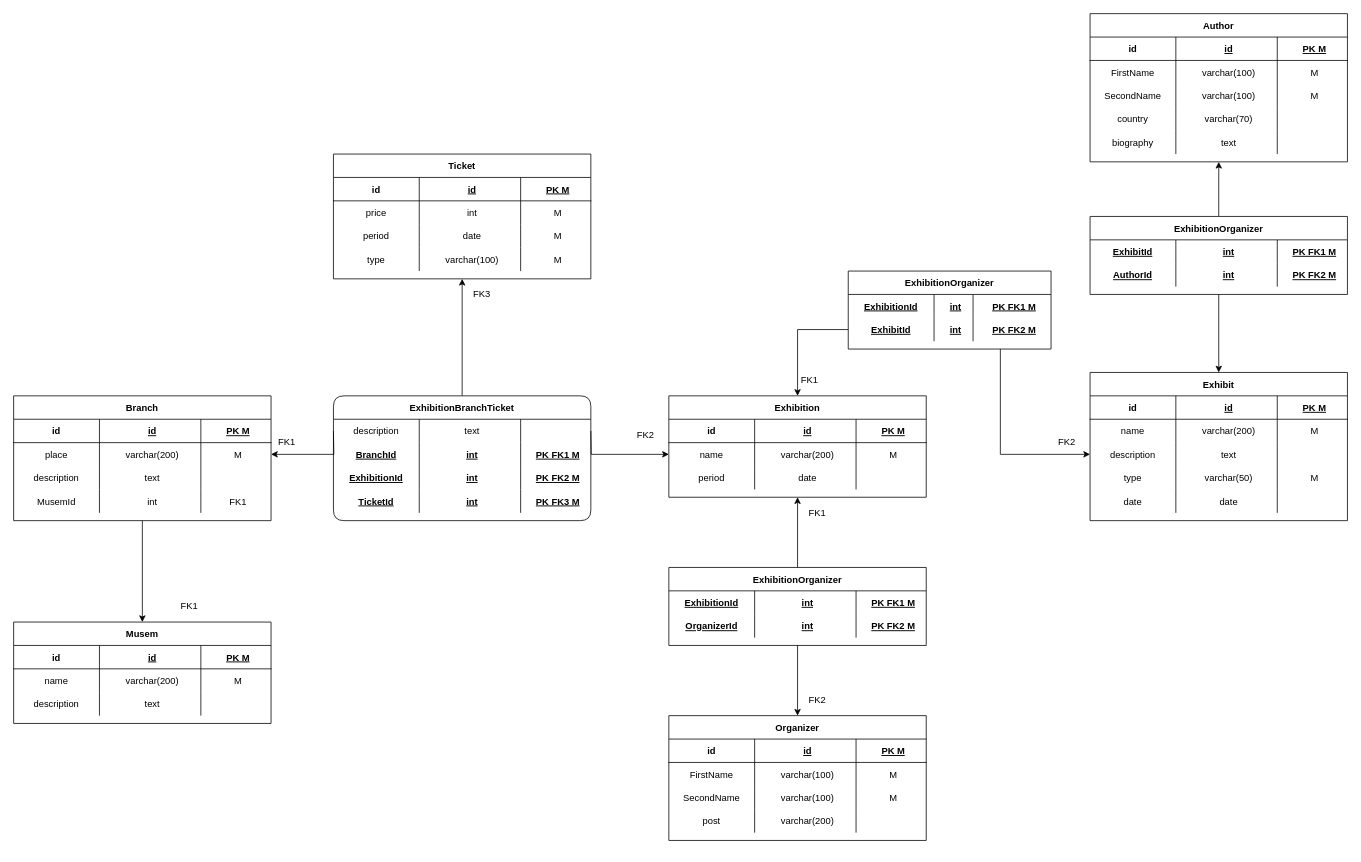
The draw.io diagram Musem PDM.drawio in sergalb/db-musem-project, before the edit. Source tidied: cells renumbered, new cells numbered last; positions are measured from the earlier drawing's top-left corner, leaving out a move shared by most shapes. Both pictures are drawn from the tidied source at 78%, with x=0, y=0 at pixel (13, 13).
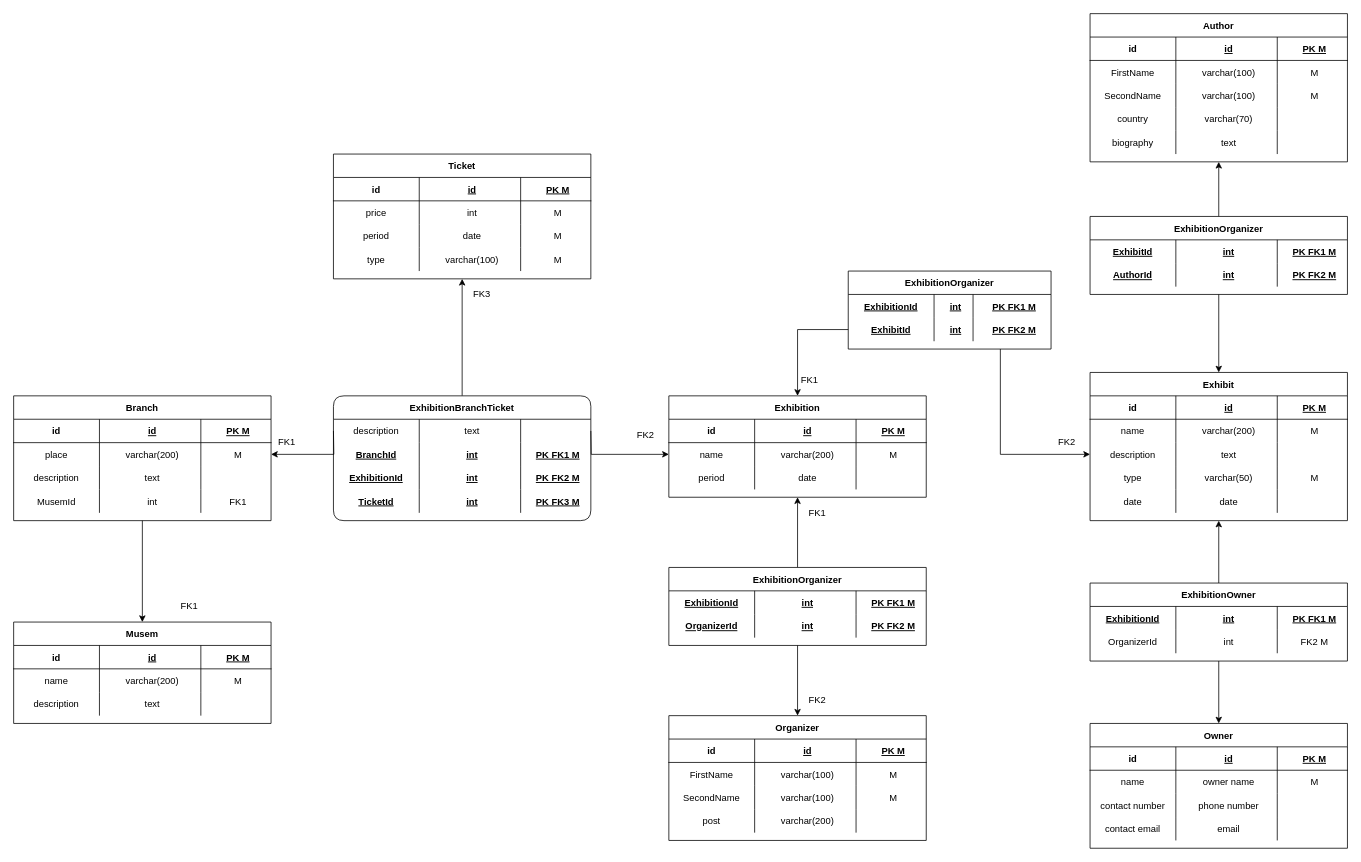
The same page after the edit.

Unchanged cells that the change refers to:
```xml
<mxCell id="34" value="Exhibit" style="shape=table;startSize=30;childLayout=tableLayout;rowLines=0;fontStyle=1;align=center;" parent="1" vertex="1">
  <mxGeometry x="1380" y="460" width="330" height="190" as="geometry" />
</mxCell>
```

Change to the diagram source:
```diff
@@
+    <mxCell id="183" style="edgeStyle=orthogonalEdgeStyle;rounded=0;jettySize=auto;html=1;exitX=0.5;exitY=1;exitDx=0;exitDy=0;startArrow=classic;startFill=1;endArrow=none;endFill=0;" parent="1" edge="1" source="34" target="202">
+      <mxGeometry relative="1" as="geometry" />
+    </mxCell>
@@
+    <mxCell id="184" style="edgeStyle=orthogonalEdgeStyle;rounded=0;jettySize=auto;html=1;exitX=0.5;exitY=0;exitDx=0;exitDy=0;entryX=0.5;entryY=1;entryDx=0;entryDy=0;startArrow=classic;startFill=1;endArrow=none;endFill=0;" parent="1" edge="1" source="185" target="202">
+      <mxGeometry relative="1" as="geometry" />
+    </mxCell>
+    <mxCell id="185" value="Owner" style="shape=table;startSize=30;childLayout=tableLayout;rowLines=0;fontStyle=1;align=center;" parent="1" vertex="1">
+      <mxGeometry x="1380" y="910" width="330" height="160" as="geometry" />
+    </mxCell>
+    <mxCell id="186" style="shape=partialRectangle;fillColor=none;top=0;left=0;bottom=1;right=0;align=center;" parent="185" vertex="1">
+      <mxGeometry y="30" width="330" height="30" as="geometry" />
+    </mxCell>
+    <mxCell id="187" value="id" style="shape=partialRectangle;fillColor=none;top=0;left=0;bottom=0;right=0;fontStyle=1;overflow=hidden;align=center;" parent="186" vertex="1">
+      <mxGeometry width="110" height="30" as="geometry" />
+    </mxCell>
+    <mxCell id="188" value="id" style="shape=partialRectangle;fillColor=none;top=0;left=0;bottom=0;right=0;align=center;spacingLeft=6;fontStyle=5;overflow=hidden;" parent="186" vertex="1">
+      <mxGeometry x="110" width="130" height="30" as="geometry" />
+    </mxCell>
+    <mxCell id="189" value="PK M" style="shape=partialRectangle;fillColor=none;top=0;left=0;bottom=0;right=0;align=center;spacingLeft=6;fontStyle=5;overflow=hidden;" parent="186" vertex="1">
+      <mxGeometry x="240" width="90" height="30" as="geometry" />
+    </mxCell>
+    <mxCell id="190" style="shape=partialRectangle;fillColor=none;top=0;left=0;bottom=0;right=0;align=center;" parent="185" vertex="1">
+      <mxGeometry y="60" width="330" height="30" as="geometry" />
+    </mxCell>
+    <mxCell id="191" value="name" style="shape=partialRectangle;fillColor=none;top=0;left=0;bottom=0;right=0;overflow=hidden;align=center;" parent="190" vertex="1">
+      <mxGeometry width="110" height="30" as="geometry" />
+    </mxCell>
+    <mxCell id="192" value="owner name" style="shape=partialRectangle;fillColor=none;top=0;left=0;bottom=0;right=0;align=center;spacingLeft=6;overflow=hidden;" parent="190" vertex="1">
+      <mxGeometry x="110" width="130" height="30" as="geometry" />
+    </mxCell>
+    <mxCell id="193" value="M" style="shape=partialRectangle;fillColor=none;top=0;left=0;bottom=0;right=0;align=center;spacingLeft=6;overflow=hidden;" parent="190" vertex="1">
+      <mxGeometry x="240" width="90" height="30" as="geometry" />
+    </mxCell>
+    <mxCell id="194" style="shape=partialRectangle;fillColor=none;top=0;left=0;bottom=0;right=0;align=center;" parent="185" vertex="1">
+      <mxGeometry y="90" width="330" height="30" as="geometry" />
+    </mxCell>
+    <mxCell id="195" value="contact number" style="shape=partialRectangle;fillColor=none;top=0;left=0;bottom=0;right=0;overflow=hidden;align=center;" parent="194" vertex="1">
+      <mxGeometry width="110" height="30" as="geometry" />
+    </mxCell>
+    <mxCell id="196" value="phone number" style="shape=partialRectangle;fillColor=none;top=0;left=0;bottom=0;right=0;align=center;spacingLeft=6;overflow=hidden;" parent="194" vertex="1">
+      <mxGeometry x="110" width="130" height="30" as="geometry" />
+    </mxCell>
+    <mxCell id="197" style="shape=partialRectangle;fillColor=none;top=0;left=0;bottom=0;right=0;align=center;spacingLeft=6;overflow=hidden;" parent="194" vertex="1">
+      <mxGeometry x="240" width="90" height="30" as="geometry" />
+    </mxCell>
+    <mxCell id="198" style="shape=partialRectangle;fillColor=none;top=0;left=0;bottom=0;right=0;align=center;" parent="185" vertex="1">
+      <mxGeometry y="120" width="330" height="30" as="geometry" />
+    </mxCell>
+    <mxCell id="199" value="contact email" style="shape=partialRectangle;fillColor=none;top=0;left=0;bottom=0;right=0;overflow=hidden;align=center;" parent="198" vertex="1">
+      <mxGeometry width="110" height="30" as="geometry" />
+    </mxCell>
+    <mxCell id="200" value="email" style="shape=partialRectangle;fillColor=none;top=0;left=0;bottom=0;right=0;align=center;spacingLeft=6;overflow=hidden;" parent="198" vertex="1">
+      <mxGeometry x="110" width="130" height="30" as="geometry" />
+    </mxCell>
+    <mxCell id="201" style="shape=partialRectangle;fillColor=none;top=0;left=0;bottom=0;right=0;align=center;spacingLeft=6;overflow=hidden;" parent="198" vertex="1">
+      <mxGeometry x="240" width="90" height="30" as="geometry" />
+    </mxCell>
+    <mxCell id="202" value="ExhibitionOwner" style="shape=table;startSize=30;childLayout=tableLayout;rowLines=0;fontStyle=1;align=center;" parent="1" vertex="1">
+      <mxGeometry x="1380" y="730" width="330" height="100" as="geometry" />
+    </mxCell>
+    <mxCell id="203" style="shape=partialRectangle;fillColor=none;top=0;left=0;bottom=0;right=0;align=center;fontStyle=5;" parent="202" vertex="1">
+      <mxGeometry y="30" width="330" height="30" as="geometry" />
+    </mxCell>
+    <mxCell id="204" value="ExhibitionId" style="shape=partialRectangle;fillColor=none;top=0;left=0;bottom=0;right=0;overflow=hidden;align=center;fontStyle=5;" parent="203" vertex="1">
+      <mxGeometry width="110" height="30" as="geometry" />
+    </mxCell>
+    <mxCell id="205" value="int" style="shape=partialRectangle;fillColor=none;top=0;left=0;bottom=0;right=0;align=center;spacingLeft=6;overflow=hidden;fontStyle=5;" parent="203" vertex="1">
+      <mxGeometry x="110" width="130" height="30" as="geometry" />
+    </mxCell>
+    <mxCell id="206" value="PK FK1 M" style="shape=partialRectangle;fillColor=none;top=0;left=0;bottom=0;right=0;align=center;spacingLeft=6;overflow=hidden;fontStyle=5;" parent="203" vertex="1">
+      <mxGeometry x="240" width="90" height="30" as="geometry" />
+    </mxCell>
+    <mxCell id="207" style="shape=partialRectangle;fillColor=none;top=0;left=0;bottom=0;right=0;align=center;fontStyle=0;" parent="202" vertex="1">
+      <mxGeometry y="60" width="330" height="30" as="geometry" />
+    </mxCell>
+    <mxCell id="208" value="OrganizerId" style="shape=partialRectangle;fillColor=none;top=0;left=0;bottom=0;right=0;overflow=hidden;align=center;fontStyle=0;" parent="207" vertex="1">
+      <mxGeometry width="110" height="30" as="geometry" />
+    </mxCell>
+    <mxCell id="209" value="int" style="shape=partialRectangle;fillColor=none;top=0;left=0;bottom=0;right=0;align=center;spacingLeft=6;overflow=hidden;fontStyle=0;" parent="207" vertex="1">
+      <mxGeometry x="110" width="130" height="30" as="geometry" />
+    </mxCell>
+    <mxCell id="210" value="FK2 M" style="shape=partialRectangle;fillColor=none;top=0;left=0;bottom=0;right=0;align=center;spacingLeft=6;overflow=hidden;fontStyle=0;" parent="207" vertex="1">
+      <mxGeometry x="240" width="90" height="30" as="geometry" />
+    </mxCell>
```
